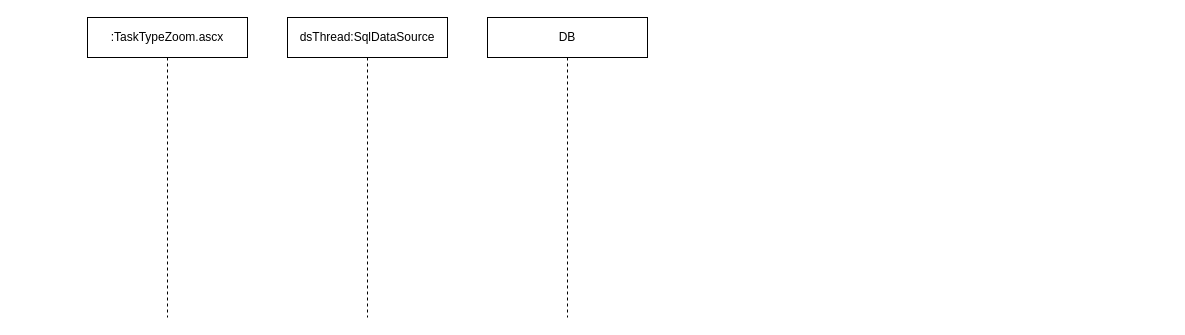
The draw.io diagram portal/uc/TaskTypeZoom.ascx/TaskTypeZoom.aspx_sequence__Инициализация_списка.drawio in davyd0ff/so-line-grls, before the edit. Source tidied: cells renumbered, new cells numbered last; positions are measured from the earlier drawing's top-left corner, leaving out a move shared by most shapes. Both pictures are drawn from the tidied source at 100%, with x=0, y=0 at pixel (87, 17).
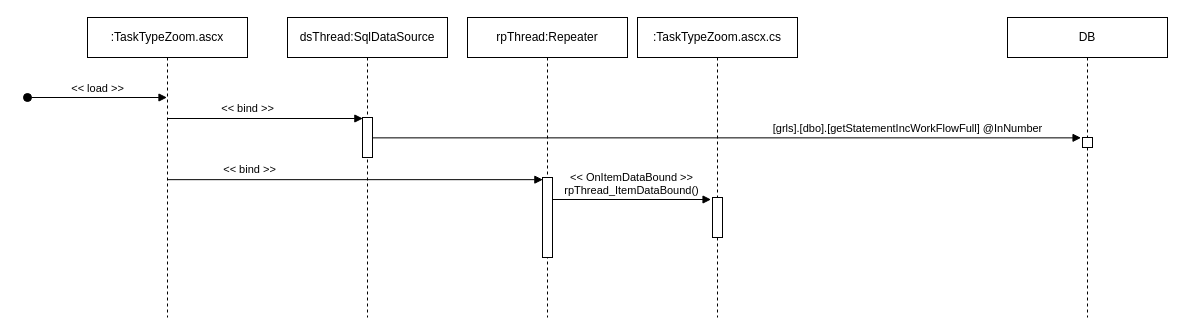
Above is the later version.

Change to the diagram source:
```diff
@@
 <mxGraphModel>
   <root>
     <mxCell id="0" />
     <mxCell id="1" parent="0" />
     <mxCell id="2" value=":TaskTypeZoom.ascx" style="shape=umlLifeline;perimeter=lifelinePerimeter;whiteSpace=wrap;html=1;outlineConnect=0;" parent="1" vertex="1">
       <mxGeometry width="160" height="300" as="geometry" />
     </mxCell>
     <mxCell id="3" value="dsThread:SqlDataSource" style="shape=umlLifeline;perimeter=lifelinePerimeter;whiteSpace=wrap;html=1;" parent="1" vertex="1">
       <mxGeometry x="200" width="160" height="300" as="geometry" />
     </mxCell>
+    <mxCell id="5" style="html=1;points=[];perimeter=orthogonalPerimeter;" parent="3" vertex="1">
+      <mxGeometry x="75" y="100" width="10" height="40" as="geometry" />
+    </mxCell>
     <mxCell id="4" value="DB" style="shape=umlLifeline;perimeter=lifelinePerimeter;whiteSpace=wrap;html=1;" parent="1" vertex="1">
-      <mxGeometry x="400" width="160" height="300" as="geometry" />
+      <mxGeometry x="920" width="160" height="300" as="geometry" />
     </mxCell>
+    <mxCell id="6" style="html=1;points=[];perimeter=orthogonalPerimeter;" parent="4" vertex="1">
+      <mxGeometry x="75" y="120" width="10" height="10" as="geometry" />
+    </mxCell>
+    <mxCell id="7" value="&amp;lt;&amp;lt; load &amp;gt;&amp;gt;" style="html=1;verticalAlign=bottom;startArrow=oval;startFill=1;endArrow=block;startSize=8;rounded=0;" parent="1" edge="1" target="2">
+      <mxGeometry relative="1" as="geometry">
+        <mxPoint x="-60" y="80" as="sourcePoint" />
+      </mxGeometry>
+    </mxCell>
+    <mxCell id="8" value="&amp;lt;&amp;lt; bind &amp;gt;&amp;gt;" style="html=1;verticalAlign=bottom;endArrow=block;rounded=0;entryX=0.037;entryY=0.025;entryDx=0;entryDy=0;entryPerimeter=0;" parent="1" edge="1" source="2" target="5">
+      <mxGeometry x="-0.18" y="1" relative="1" as="geometry" />
+    </mxCell>
+    <mxCell id="9" value="[grls].[dbo].[getStatementIncWorkFlowFull] @InNumber" style="html=1;verticalAlign=bottom;endArrow=block;rounded=0;entryX=-0.145;entryY=0.036;entryDx=0;entryDy=0;entryPerimeter=0;" parent="1" edge="1" source="5" target="6">
+      <mxGeometry x="0.51" relative="1" as="geometry" />
+    </mxCell>
+    <mxCell id="10" value="rpThread:Repeater" style="shape=umlLifeline;perimeter=lifelinePerimeter;whiteSpace=wrap;html=1;" parent="1" vertex="1">
+      <mxGeometry x="380" width="160" height="300" as="geometry" />
+    </mxCell>
+    <mxCell id="11" style="html=1;points=[];perimeter=orthogonalPerimeter;" parent="10" vertex="1">
+      <mxGeometry x="75" y="160" width="10" height="80" as="geometry" />
+    </mxCell>
+    <mxCell id="12" value="&amp;lt;&amp;lt; bind &amp;gt;&amp;gt;" style="html=1;verticalAlign=bottom;endArrow=block;rounded=0;entryX=0.037;entryY=0.027;entryDx=0;entryDy=0;entryPerimeter=0;" parent="1" edge="1" source="2" target="11">
+      <mxGeometry x="-0.57" y="1" relative="1" as="geometry">
+        <mxPoint x="1" as="offset" />
+      </mxGeometry>
+    </mxCell>
+    <mxCell id="13" value=":TaskTypeZoom.ascx.cs" style="shape=umlLifeline;perimeter=lifelinePerimeter;whiteSpace=wrap;html=1;" parent="1" vertex="1">
+      <mxGeometry x="550" width="160" height="300" as="geometry" />
+    </mxCell>
+    <mxCell id="14" style="html=1;points=[];perimeter=orthogonalPerimeter;" parent="13" vertex="1">
+      <mxGeometry x="75" y="180" width="10" height="40" as="geometry" />
+    </mxCell>
+    <mxCell id="15" value="&amp;lt;&amp;lt;&amp;nbsp;OnItemDataBound &amp;gt;&amp;gt;&lt;br&gt;rpThread_ItemDataBound()" style="html=1;verticalAlign=bottom;endArrow=block;rounded=0;entryX=-0.145;entryY=0.05;entryDx=0;entryDy=0;entryPerimeter=0;" parent="1" edge="1" source="11" target="14">
+      <mxGeometry relative="1" as="geometry" />
+    </mxCell>
   </root>
 </mxGraphModel>
```
